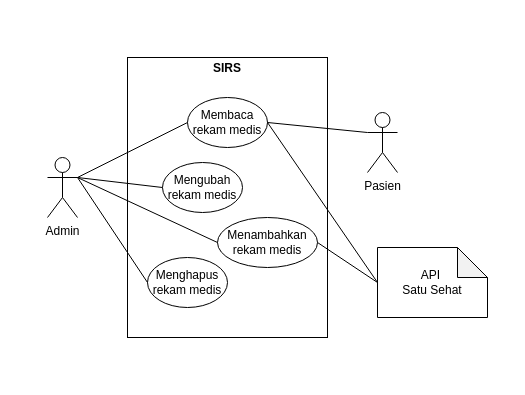
Above: Use Case SIRS.drawio in dindin666/repo-awal (draw.io), before the change. Source tidied: cells renumbered, new cells numbered last; positions are measured from the earlier drawing's top-left corner, leaving out a move shared by most shapes. Both pictures are drawn from the tidied source at 100%, with x=0, y=0 at pixel (47, 57).
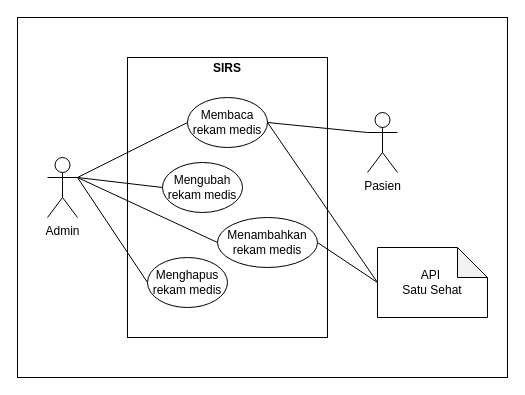
The same page after the edit.

The edit, as a diff of the source:
```diff
@@
 <mxGraphModel>
   <root>
     <mxCell id="0" />
     <mxCell id="1" parent="0" />
+    <mxCell id="17" style="rounded=0;whiteSpace=wrap;html=1;" parent="1" vertex="1">
+      <mxGeometry x="-30" y="-40" width="490" height="360" as="geometry" />
+    </mxCell>
     <mxCell id="2" value="&lt;p style=&quot;margin:0px;margin-top:4px;text-align:center;&quot;&gt;&lt;b&gt;SIRS&lt;/b&gt;&lt;/p&gt;" style="verticalAlign=top;align=left;overflow=fill;html=1;whiteSpace=wrap;" parent="1" vertex="1">
       <mxGeometry x="80" width="200" height="280" as="geometry" />
     </mxCell>
     <mxCell id="3" value="Admin" style="shape=umlActor;verticalLabelPosition=bottom;verticalAlign=top;html=1;outlineConnect=0;" parent="1" vertex="1">
       <mxGeometry y="100" width="30" height="60" as="geometry" />
     </mxCell>
     <mxCell id="4" value="Pasien" style="shape=umlActor;verticalLabelPosition=bottom;verticalAlign=top;html=1;outlineConnect=0;" parent="1" vertex="1">
       <mxGeometry x="320" y="55" width="30" height="60" as="geometry" />
     </mxCell>
     <mxCell id="5" value="Membaca rekam medis" style="ellipse;whiteSpace=wrap;html=1;" parent="1" vertex="1">
       <mxGeometry x="140" y="40" width="80" height="50" as="geometry" />
     </mxCell>
     <mxCell id="6" value="Mengubah rekam medis" style="ellipse;whiteSpace=wrap;html=1;" parent="1" vertex="1">
       <mxGeometry x="115" y="105" width="80" height="50" as="geometry" />
     </mxCell>
     <mxCell id="7" value="Menghapus rekam medis" style="ellipse;whiteSpace=wrap;html=1;" parent="1" vertex="1">
       <mxGeometry x="100" y="200" width="80" height="50" as="geometry" />
     </mxCell>
     <mxCell id="8" value="Menambahkan rekam medis" style="ellipse;whiteSpace=wrap;html=1;" parent="1" vertex="1">
       <mxGeometry x="170" y="160" width="100" height="50" as="geometry" />
     </mxCell>
     <mxCell id="9" style="endArrow=none;html=1;rounded=0;entryX=0;entryY=0.5;entryDx=0;entryDy=0;" parent="1" edge="1" target="5">
       <mxGeometry relative="1" as="geometry">
         <mxPoint x="30" y="120" as="sourcePoint" />
       </mxGeometry>
     </mxCell>
     <mxCell id="10" style="endArrow=none;html=1;rounded=0;entryX=0;entryY=0.3333333333333333;entryDx=0;entryDy=0;entryPerimeter=0;exitX=1;exitY=0.5;exitDx=0;exitDy=0;" parent="1" edge="1" source="5" target="4">
       <mxGeometry relative="1" as="geometry" />
     </mxCell>
     <mxCell id="11" style="endArrow=none;html=1;rounded=0;entryX=0;entryY=0.5;entryDx=0;entryDy=0;" parent="1" edge="1" target="6">
       <mxGeometry relative="1" as="geometry">
         <mxPoint x="30" y="120" as="sourcePoint" />
       </mxGeometry>
     </mxCell>
     <mxCell id="12" style="endArrow=none;html=1;rounded=0;entryX=0;entryY=0.5;entryDx=0;entryDy=0;" parent="1" edge="1" target="8">
       <mxGeometry relative="1" as="geometry">
         <mxPoint x="30" y="120" as="sourcePoint" />
       </mxGeometry>
     </mxCell>
     <mxCell id="13" style="endArrow=none;html=1;rounded=0;exitX=1;exitY=0.3333333333333333;exitDx=0;exitDy=0;exitPerimeter=0;entryX=0;entryY=0.5;entryDx=0;entryDy=0;" parent="1" edge="1" source="3" target="7">
       <mxGeometry relative="1" as="geometry" />
     </mxCell>
     <mxCell id="14" value="API&amp;nbsp;&lt;div&gt;Satu Sehat&lt;/div&gt;" style="shape=note;whiteSpace=wrap;html=1;backgroundOutline=1;darkOpacity=0.05;" parent="1" vertex="1">
       <mxGeometry x="330" y="190" width="110" height="70" as="geometry" />
     </mxCell>
     <mxCell id="15" style="endArrow=none;html=1;rounded=0;exitX=1;exitY=0.5;exitDx=0;exitDy=0;entryX=0;entryY=0.5;entryDx=0;entryDy=0;entryPerimeter=0;" parent="1" edge="1" source="5" target="14">
       <mxGeometry relative="1" as="geometry" />
     </mxCell>
     <mxCell id="16" style="endArrow=none;html=1;rounded=0;entryX=1;entryY=0.5;entryDx=0;entryDy=0;exitX=0;exitY=0.5;exitDx=0;exitDy=0;exitPerimeter=0;" parent="1" edge="1" source="14" target="8">
       <mxGeometry relative="1" as="geometry" />
     </mxCell>
   </root>
 </mxGraphModel>
```
